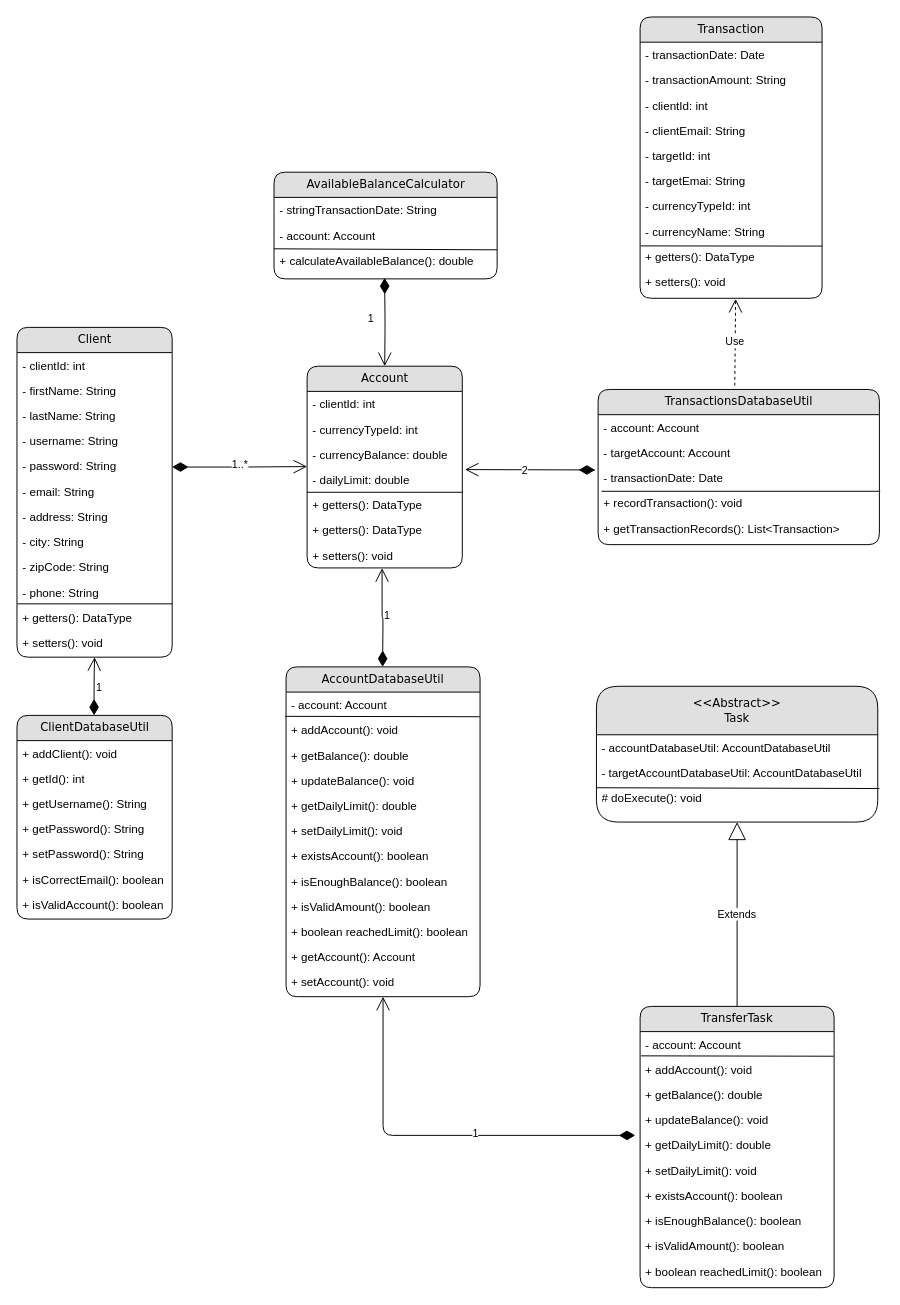
Before: Class Diagram.drawio in jren-jane/bank-for-pros, a draw.io diagram. Source tidied: cells renumbered, new cells numbered last; positions are measured from the earlier drawing's top-left corner, leaving out a move shared by most shapes. Both pictures are drawn from the tidied source at 97%, with x=0, y=0 at pixel (16, 16).
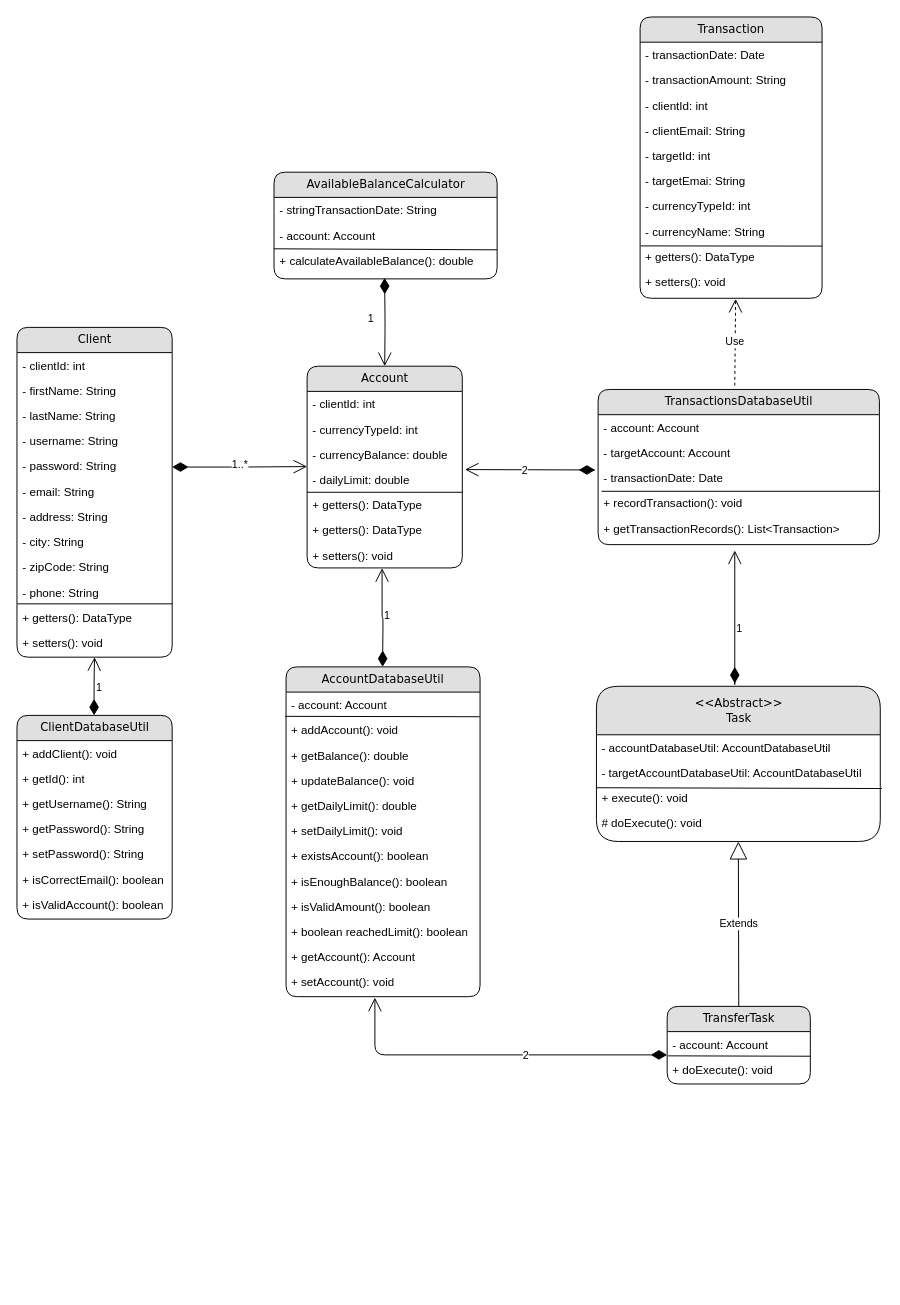
The same page after the edit.

Unchanged cells that the change refers to:
```xml
<mxCell id="50" value="+ setAccount(): void" style="text;html=1;strokeColor=none;fillColor=none;spacingLeft=4;spacingRight=4;whiteSpace=wrap;overflow=hidden;points=[[0,0.5],[1,0.5]];portConstraint=eastwest;" parent="38" vertex="1">
  <mxGeometry y="312" width="200" height="28" as="geometry" />
</mxCell>
```

Change to the diagram source:
```diff
@@
     <mxCell id="52" value="TransferTask" style="swimlane;html=1;fontStyle=0;horizontal=1;startSize=26;fillColor=#e0e0e0;swimlaneFillColor=#ffffff;align=center;rounded=1;shadow=0;comic=0;labelBackgroundColor=none;strokeWidth=1;fontFamily=Verdana;fontSize=12;" parent="1" vertex="1">
-      <mxGeometry x="642.4" y="1020" width="200" height="290" as="geometry" />
+      <mxGeometry x="670.3" y="1020" width="147.6" height="80" as="geometry" />
     </mxCell>
     <mxCell id="53" value="- account: Account" style="text;html=1;strokeColor=none;fillColor=none;spacingLeft=4;spacingRight=4;whiteSpace=wrap;overflow=hidden;" parent="52" vertex="1">
-      <mxGeometry y="26" width="200" height="26" as="geometry" />
+      <mxGeometry y="26" width="147.6" height="26" as="geometry" />
     </mxCell>
-    <mxCell id="54" value="+ addAccount(): void" style="text;html=1;strokeColor=none;fillColor=none;spacingLeft=4;spacingRight=4;whiteSpace=wrap;overflow=hidden;points=[[0,0.5],[1,0.5]];portConstraint=eastwest;" parent="52" vertex="1">
-      <mxGeometry y="52" width="200" height="26" as="geometry" />
+    <mxCell id="54" value="+ doExecute(): void" style="text;html=1;strokeColor=none;fillColor=none;spacingLeft=4;spacingRight=4;whiteSpace=wrap;overflow=hidden;points=[[0,0.5],[1,0.5]];portConstraint=eastwest;" parent="52" vertex="1">
+      <mxGeometry y="52" width="147.6" height="26" as="geometry" />
     </mxCell>
-    <mxCell id="55" value="+ getBalance(): double" style="text;html=1;strokeColor=none;fillColor=none;spacingLeft=4;spacingRight=4;whiteSpace=wrap;overflow=hidden;" parent="52" vertex="1">
-      <mxGeometry y="78" width="200" height="26" as="geometry" />
-    </mxCell>
-    <mxCell id="56" value="+ updateBalance(): void" style="text;html=1;strokeColor=none;fillColor=none;spacingLeft=4;spacingRight=4;whiteSpace=wrap;overflow=hidden;" parent="52" vertex="1">
-      <mxGeometry y="104" width="200" height="26" as="geometry" />
-    </mxCell>
-    <mxCell id="57" value="+ getDailyLimit(): double" style="text;html=1;strokeColor=none;fillColor=none;spacingLeft=4;spacingRight=4;whiteSpace=wrap;overflow=hidden;" parent="52" vertex="1">
-      <mxGeometry y="130" width="200" height="26" as="geometry" />
-    </mxCell>
-    <mxCell id="58" value="+ setDailyLimit(): void" style="text;html=1;strokeColor=none;fillColor=none;spacingLeft=4;spacingRight=4;whiteSpace=wrap;overflow=hidden;" parent="52" vertex="1">
-      <mxGeometry y="156" width="200" height="26" as="geometry" />
-    </mxCell>
-    <mxCell id="59" value="+ existsAccount(): boolean" style="text;html=1;strokeColor=none;fillColor=none;spacingLeft=4;spacingRight=4;whiteSpace=wrap;overflow=hidden;" parent="52" vertex="1">
-      <mxGeometry y="182" width="200" height="26" as="geometry" />
-    </mxCell>
-    <mxCell id="60" value="+ isEnoughBalance(): boolean" style="text;html=1;strokeColor=none;fillColor=none;spacingLeft=4;spacingRight=4;whiteSpace=wrap;overflow=hidden;" parent="52" vertex="1">
-      <mxGeometry y="208" width="200" height="26" as="geometry" />
-    </mxCell>
-    <mxCell id="61" value="+ isValidAmount(): boolean" style="text;html=1;strokeColor=none;fillColor=none;spacingLeft=4;spacingRight=4;whiteSpace=wrap;overflow=hidden;" parent="52" vertex="1">
-      <mxGeometry y="234" width="200" height="26" as="geometry" />
-    </mxCell>
-    <mxCell id="62" value="+ boolean reachedLimit(): boolean" style="text;html=1;strokeColor=none;fillColor=none;spacingLeft=4;spacingRight=4;whiteSpace=wrap;overflow=hidden;" parent="52" vertex="1">
-      <mxGeometry y="260" width="200" height="26" as="geometry" />
-    </mxCell>
@@
     <mxCell id="64" value="&amp;lt;&amp;lt;Abstract&amp;gt;&amp;gt;&lt;br&gt;Task" style="swimlane;html=1;fontStyle=0;horizontal=1;startSize=50;fillColor=#e0e0e0;swimlaneFillColor=#ffffff;align=center;rounded=1;shadow=0;comic=0;labelBackgroundColor=none;strokeWidth=1;fontFamily=Verdana;fontSize=12;" parent="1" vertex="1">
-      <mxGeometry x="597.4" y="690" width="290" height="140" as="geometry" />
+      <mxGeometry x="597.4" y="690" width="292.6" height="160" as="geometry" />
     </mxCell>
     <mxCell id="65" value="- accountDatabaseUtil: AccountDatabaseUtil" style="text;html=1;strokeColor=none;fillColor=none;spacingLeft=4;spacingRight=4;whiteSpace=wrap;overflow=hidden;" parent="64" vertex="1">
-      <mxGeometry y="50" width="290" height="26" as="geometry" />
+      <mxGeometry y="50" width="292.6" height="26" as="geometry" />
     </mxCell>
     <mxCell id="66" value="- targetAccountDatabaseUtil: AccountDatabaseUtil" style="text;html=1;strokeColor=none;fillColor=none;spacingLeft=4;spacingRight=4;whiteSpace=wrap;overflow=hidden;" parent="64" vertex="1">
-      <mxGeometry y="76" width="290" height="26" as="geometry" />
+      <mxGeometry y="76" width="292.6" height="26" as="geometry" />
     </mxCell>
-    <mxCell id="67" value="# doExecute(): void" style="text;html=1;strokeColor=none;fillColor=none;spacingLeft=4;spacingRight=4;whiteSpace=wrap;overflow=hidden;points=[[0,0.5],[1,0.5]];portConstraint=eastwest;" parent="64" vertex="1">
-      <mxGeometry y="102" width="290" height="26" as="geometry" />
+    <mxCell id="67" value="+ execute(): void" style="text;html=1;strokeColor=none;fillColor=none;spacingLeft=4;spacingRight=4;whiteSpace=wrap;overflow=hidden;points=[[0,0.5],[1,0.5]];portConstraint=eastwest;" parent="64" vertex="1">
+      <mxGeometry y="102" width="292.6" height="26" as="geometry" />
     </mxCell>
@@
+    <mxCell id="96" value="# doExecute(): void" style="text;html=1;strokeColor=none;fillColor=none;spacingLeft=4;spacingRight=4;whiteSpace=wrap;overflow=hidden;" parent="64" vertex="1">
+      <mxGeometry y="128" width="292.6" height="32" as="geometry" />
+    </mxCell>
@@
-    <mxCell id="77" value="1" style="endArrow=open;html=1;endSize=12;startArrow=diamondThin;startSize=14;startFill=1;edgeStyle=orthogonalEdgeStyle;align=left;verticalAlign=bottom;" parent="1" edge="1">
-      <mxGeometry x="-0.16" y="7" relative="1" as="geometry">
-        <mxPoint x="637.4" y="1153" as="sourcePoint" />
-        <mxPoint x="377.4" y="1010" as="targetPoint" />
+    <mxCell id="77" value="2" style="endArrow=open;html=1;endSize=12;startArrow=diamondThin;startSize=14;startFill=1;edgeStyle=orthogonalEdgeStyle;align=left;verticalAlign=bottom;entryX=0.458;entryY=1.036;entryDx=0;entryDy=0;entryPerimeter=0;" parent="1" edge="1" target="50">
+      <mxGeometry x="-0.17" y="10" relative="1" as="geometry">
+        <mxPoint x="670.3" y="1070" as="sourcePoint" />
         <Array as="points">
-          <mxPoint x="377.4" y="1153" />
+          <mxPoint x="369" y="1070" />
         </Array>
       </mxGeometry>
     </mxCell>
@@
+    <mxCell id="97" value="1" style="endArrow=open;html=1;endSize=12;startArrow=diamondThin;startSize=14;startFill=1;edgeStyle=orthogonalEdgeStyle;align=left;verticalAlign=bottom;" parent="1" edge="1">
+      <mxGeometry x="-0.12" relative="1" as="geometry">
+        <mxPoint x="740" y="670" as="sourcePoint" />
+        <mxPoint x="740" y="550" as="targetPoint" />
+        <Array as="points">
+          <mxPoint x="740" y="690" />
+        </Array>
+      </mxGeometry>
+    </mxCell>
```
